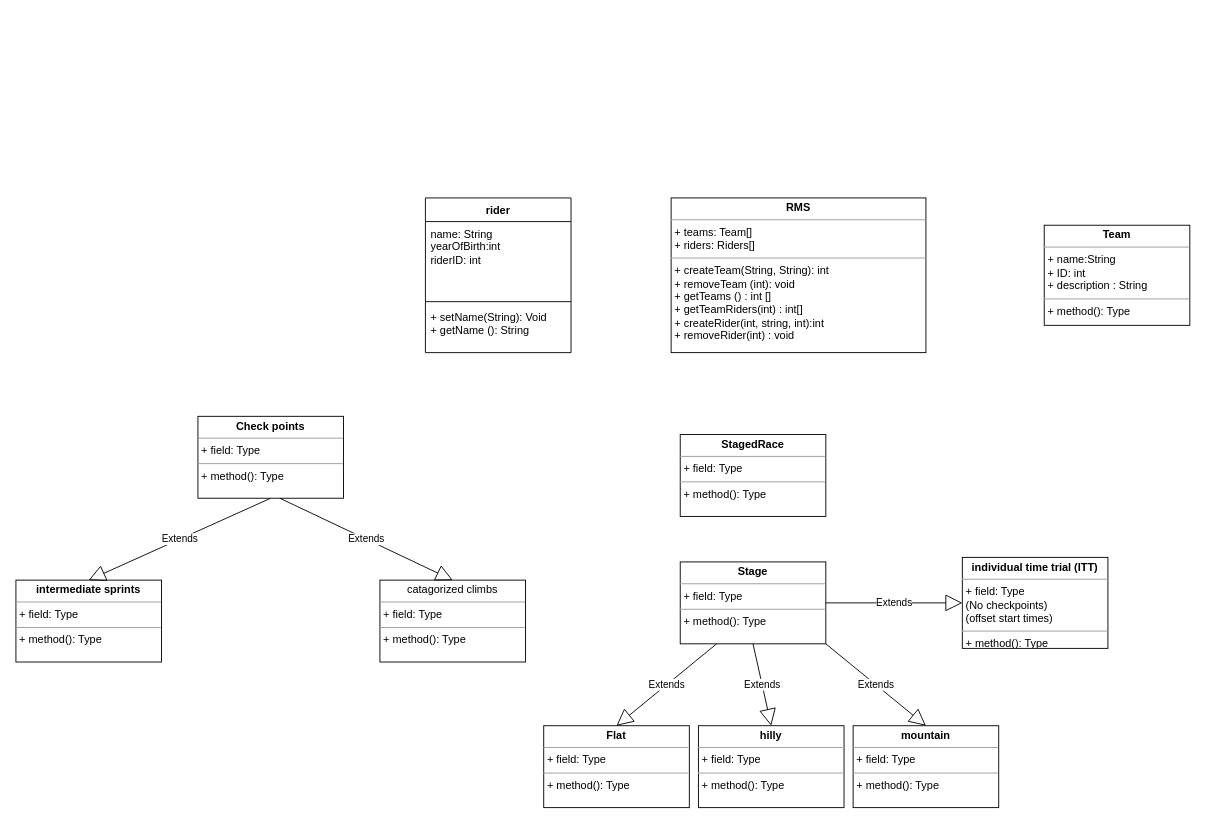
Earlier version of the draw.io diagram cycling class diagram.drawio (lewisFarley403/OOPCoursework). Source tidied: cells renumbered, new cells numbered last; positions are measured from the earlier drawing's top-left corner, leaving out a move shared by most shapes. Both pictures are drawn from the tidied source at 91%, with x=0, y=0 at pixel (15, 197).
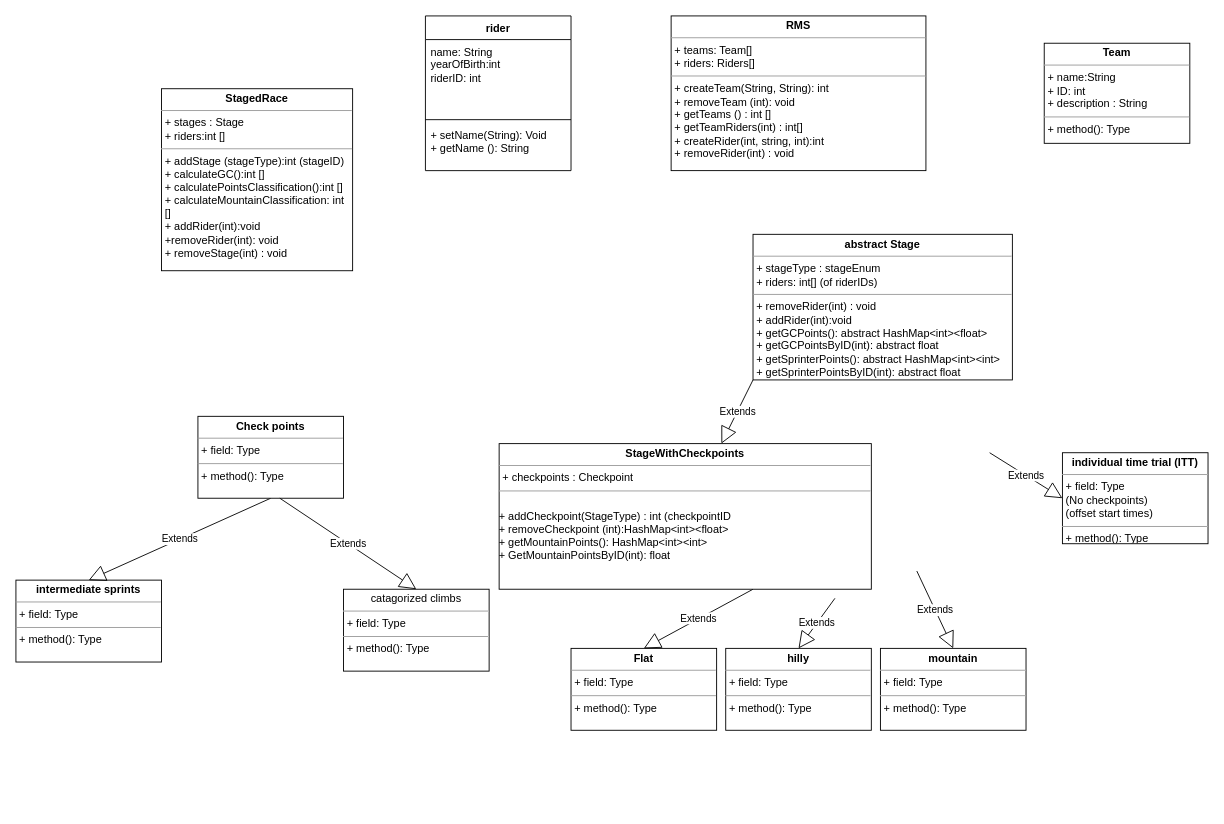
The same diagram, later.

Change to the diagram source:
```diff
@@
     <mxCell id="2" value="rider" style="swimlane;fontStyle=1;align=center;verticalAlign=top;horizontal=1;startSize=26;whiteSpace=wrap;html=1;" parent="1" vertex="1">
-      <mxGeometry x="450" width="160" height="170" as="geometry" />
+      <mxGeometry x="450" y="-200" width="160" height="170" as="geometry" />
     </mxCell>
@@
     <mxCell id="6" value="&lt;p style=&quot;margin:0px;margin-top:4px;text-align:center;&quot;&gt;&lt;b&gt;RMS&lt;/b&gt;&lt;/p&gt;&lt;hr size=&quot;1&quot;&gt;&lt;p style=&quot;margin:0px;margin-left:4px;&quot;&gt;+ teams: Team[]&lt;/p&gt;&lt;p style=&quot;margin:0px;margin-left:4px;&quot;&gt;+ riders: Riders[]&lt;/p&gt;&lt;hr size=&quot;1&quot;&gt;&lt;p style=&quot;margin:0px;margin-left:4px;&quot;&gt;+ createTeam(String, String): int&lt;/p&gt;&lt;p style=&quot;margin:0px;margin-left:4px;&quot;&gt;+ removeTeam (int): void&lt;/p&gt;&lt;p style=&quot;margin:0px;margin-left:4px;&quot;&gt;+ getTeams () : int []&lt;/p&gt;&lt;p style=&quot;margin:0px;margin-left:4px;&quot;&gt;+ getTeamRiders(int) : int[]&lt;/p&gt;&lt;p style=&quot;margin:0px;margin-left:4px;&quot;&gt;+ createRider(int, string, int):int&lt;/p&gt;&lt;p style=&quot;margin:0px;margin-left:4px;&quot;&gt;+ removeRider(int) : void&lt;/p&gt;&lt;p style=&quot;margin:0px;margin-left:4px;&quot;&gt;&lt;br&gt;&lt;/p&gt;" style="verticalAlign=top;align=left;overflow=fill;html=1;whiteSpace=wrap;" parent="1" vertex="1">
-      <mxGeometry x="720" width="280" height="170" as="geometry" />
+      <mxGeometry x="720" y="-200" width="280" height="170" as="geometry" />
     </mxCell>
     <mxCell id="7" value="&lt;p style=&quot;margin:0px;margin-top:4px;text-align:center;&quot;&gt;&lt;b&gt;Team&lt;/b&gt;&lt;/p&gt;&lt;hr size=&quot;1&quot;&gt;&lt;p style=&quot;margin:0px;margin-left:4px;&quot;&gt;+ name:String&lt;/p&gt;&lt;p style=&quot;margin:0px;margin-left:4px;&quot;&gt;+ ID: int&lt;/p&gt;&lt;p style=&quot;margin:0px;margin-left:4px;&quot;&gt;+ description : String&lt;/p&gt;&lt;hr size=&quot;1&quot;&gt;&lt;p style=&quot;margin:0px;margin-left:4px;&quot;&gt;+ method(): Type&lt;/p&gt;" style="verticalAlign=top;align=left;overflow=fill;html=1;whiteSpace=wrap;" parent="1" vertex="1">
-      <mxGeometry x="1130" y="30" width="160" height="110" as="geometry" />
+      <mxGeometry x="1130" y="-170" width="160" height="110" as="geometry" />
     </mxCell>
-    <mxCell id="8" value="&lt;p style=&quot;margin:0px;margin-top:4px;text-align:center;&quot;&gt;&lt;b&gt;StagedRace&lt;/b&gt;&lt;/p&gt;&lt;hr size=&quot;1&quot;&gt;&lt;p style=&quot;margin:0px;margin-left:4px;&quot;&gt;+ field: Type&lt;/p&gt;&lt;hr size=&quot;1&quot;&gt;&lt;p style=&quot;margin:0px;margin-left:4px;&quot;&gt;+ method(): Type&lt;/p&gt;" style="verticalAlign=top;align=left;overflow=fill;html=1;whiteSpace=wrap;" parent="1" vertex="1">
-      <mxGeometry x="730" y="260" width="160" height="90" as="geometry" />
+    <mxCell id="8" value="&lt;p style=&quot;margin:0px;margin-top:4px;text-align:center;&quot;&gt;&lt;b&gt;StagedRace&lt;/b&gt;&lt;/p&gt;&lt;hr size=&quot;1&quot;&gt;&lt;p style=&quot;margin:0px;margin-left:4px;&quot;&gt;+ stages : Stage&lt;/p&gt;&lt;p style=&quot;margin:0px;margin-left:4px;&quot;&gt;+ riders:int []&lt;/p&gt;&lt;hr size=&quot;1&quot;&gt;&lt;p style=&quot;margin:0px;margin-left:4px;&quot;&gt;+ addStage (stageType):int (stageID)&lt;/p&gt;&lt;p style=&quot;margin:0px;margin-left:4px;&quot;&gt;+ calculateGC():int []&lt;/p&gt;&lt;p style=&quot;margin:0px;margin-left:4px;&quot;&gt;+ calculatePointsClassification():int []&lt;/p&gt;&lt;p style=&quot;margin:0px;margin-left:4px;&quot;&gt;+ calculateMountainClassification: int []&lt;/p&gt;&lt;p style=&quot;margin:0px;margin-left:4px;&quot;&gt;+ addRider(int):void&lt;/p&gt;&lt;p style=&quot;margin:0px;margin-left:4px;&quot;&gt;+removeRider(int): void&lt;/p&gt;&lt;p style=&quot;margin:0px;margin-left:4px;&quot;&gt;+ removeStage(int) : void&lt;/p&gt;" style="verticalAlign=top;align=left;overflow=fill;html=1;whiteSpace=wrap;" parent="1" vertex="1">
+      <mxGeometry x="160" y="-120" width="210" height="200" as="geometry" />
     </mxCell>
-    <mxCell id="9" value="&lt;p style=&quot;margin:0px;margin-top:4px;text-align:center;&quot;&gt;&lt;b&gt;Stage&lt;/b&gt;&lt;/p&gt;&lt;hr size=&quot;1&quot;&gt;&lt;p style=&quot;margin:0px;margin-left:4px;&quot;&gt;+ field: Type&lt;/p&gt;&lt;hr size=&quot;1&quot;&gt;&lt;p style=&quot;margin:0px;margin-left:4px;&quot;&gt;+ method(): Type&lt;/p&gt;" style="verticalAlign=top;align=left;overflow=fill;html=1;whiteSpace=wrap;" parent="1" vertex="1">
-      <mxGeometry x="730" y="400" width="160" height="90" as="geometry" />
+    <mxCell id="9" value="&lt;p style=&quot;margin:0px;margin-top:4px;text-align:center;&quot;&gt;&lt;b&gt;abstract Stage&lt;/b&gt;&lt;/p&gt;&lt;hr size=&quot;1&quot;&gt;&lt;p style=&quot;margin:0px;margin-left:4px;&quot;&gt;+ stageType : stageEnum&lt;/p&gt;&lt;p style=&quot;margin:0px;margin-left:4px;&quot;&gt;+ riders: int[] (of riderIDs)&lt;/p&gt;&lt;hr size=&quot;1&quot;&gt;&lt;p style=&quot;margin:0px;margin-left:4px;&quot;&gt;+ removeRider(int) : void&lt;/p&gt;&lt;p style=&quot;margin:0px;margin-left:4px;&quot;&gt;+ addRider(int):void&lt;/p&gt;&lt;p style=&quot;margin:0px;margin-left:4px;&quot;&gt;+ getGCPoints(): abstract HashMap&amp;lt;int&amp;gt;&amp;lt;float&amp;gt;&lt;/p&gt;&lt;p style=&quot;margin:0px;margin-left:4px;&quot;&gt;+ getGCPointsByID(int): abstract float&lt;/p&gt;&lt;p style=&quot;margin:0px;margin-left:4px;&quot;&gt;+ getSprinterPoints(): abstract HashMap&amp;lt;int&amp;gt;&amp;lt;int&amp;gt;&lt;br&gt;&lt;/p&gt;&lt;p style=&quot;margin:0px;margin-left:4px;&quot;&gt;+ getSprinterPointsByID(int): abstract float&lt;br&gt;&lt;/p&gt;&lt;div&gt;&lt;br&gt;&lt;/div&gt;" style="verticalAlign=top;align=left;overflow=fill;html=1;whiteSpace=wrap;" parent="1" vertex="1">
+      <mxGeometry x="810" y="40" width="285" height="160" as="geometry" />
     </mxCell>
     <mxCell id="10" value="&lt;p style=&quot;margin:0px;margin-top:4px;text-align:center;&quot;&gt;&lt;b&gt;Flat&lt;/b&gt;&lt;/p&gt;&lt;hr size=&quot;1&quot;&gt;&lt;p style=&quot;margin:0px;margin-left:4px;&quot;&gt;+ field: Type&lt;/p&gt;&lt;hr size=&quot;1&quot;&gt;&lt;p style=&quot;margin:0px;margin-left:4px;&quot;&gt;+ method(): Type&lt;/p&gt;" style="verticalAlign=top;align=left;overflow=fill;html=1;whiteSpace=wrap;" parent="1" vertex="1">
-      <mxGeometry x="580" y="580" width="160" height="90" as="geometry" />
+      <mxGeometry x="610" y="495" width="160" height="90" as="geometry" />
     </mxCell>
-    <mxCell id="11" value="Extends" style="endArrow=block;endSize=16;endFill=0;html=1;rounded=0;entryX=0.5;entryY=0;entryDx=0;entryDy=0;exitX=0.25;exitY=1;exitDx=0;exitDy=0;" parent="1" edge="1" source="9" target="10">
-      <mxGeometry relative="1" as="geometry" />
+    <mxCell id="11" value="Extends" style="endArrow=block;endSize=16;endFill=0;html=1;rounded=0;entryX=0.5;entryY=0;entryDx=0;entryDy=0;" parent="1" edge="1" target="10">
+      <mxGeometry relative="1" as="geometry">
+        <mxPoint x="810" y="430" as="sourcePoint" />
+      </mxGeometry>
     </mxCell>
-    <mxCell id="12" value="Extends" style="endArrow=block;endSize=16;endFill=0;html=1;rounded=0;exitX=0.5;exitY=1;exitDx=0;exitDy=0;entryX=0.5;entryY=0;entryDx=0;entryDy=0;" parent="1" edge="1" source="9" target="13">
-      <mxGeometry relative="1" as="geometry" />
+    <mxCell id="12" value="Extends" style="endArrow=block;endSize=16;endFill=0;html=1;rounded=0;entryX=0.5;entryY=0;entryDx=0;entryDy=0;" parent="1" edge="1" target="13">
+      <mxGeometry relative="1" as="geometry">
+        <mxPoint x="900" y="440" as="sourcePoint" />
+      </mxGeometry>
     </mxCell>
     <mxCell id="13" value="&lt;p style=&quot;margin:0px;margin-top:4px;text-align:center;&quot;&gt;&lt;b&gt;hilly&lt;/b&gt;&lt;/p&gt;&lt;hr size=&quot;1&quot;&gt;&lt;p style=&quot;margin:0px;margin-left:4px;&quot;&gt;+ field: Type&lt;/p&gt;&lt;hr size=&quot;1&quot;&gt;&lt;p style=&quot;margin:0px;margin-left:4px;&quot;&gt;+ method(): Type&lt;/p&gt;" style="verticalAlign=top;align=left;overflow=fill;html=1;whiteSpace=wrap;" parent="1" vertex="1">
-      <mxGeometry x="750" y="580" width="160" height="90" as="geometry" />
+      <mxGeometry x="780" y="495" width="160" height="90" as="geometry" />
     </mxCell>
     <mxCell id="14" value="&lt;p style=&quot;margin:0px;margin-top:4px;text-align:center;&quot;&gt;&lt;b&gt;mountain&lt;/b&gt;&lt;/p&gt;&lt;hr size=&quot;1&quot;&gt;&lt;p style=&quot;margin:0px;margin-left:4px;&quot;&gt;+ field: Type&lt;/p&gt;&lt;hr size=&quot;1&quot;&gt;&lt;p style=&quot;margin:0px;margin-left:4px;&quot;&gt;+ method(): Type&lt;/p&gt;" style="verticalAlign=top;align=left;overflow=fill;html=1;whiteSpace=wrap;" parent="1" vertex="1">
-      <mxGeometry x="920" y="580" width="160" height="90" as="geometry" />
+      <mxGeometry x="950" y="495" width="160" height="90" as="geometry" />
     </mxCell>
-    <mxCell id="15" value="Extends" style="endArrow=block;endSize=16;endFill=0;html=1;rounded=0;exitX=1;exitY=1;exitDx=0;exitDy=0;entryX=0.5;entryY=0;entryDx=0;entryDy=0;" parent="1" edge="1" source="9" target="14">
-      <mxGeometry relative="1" as="geometry" />
+    <mxCell id="15" value="Extends" style="endArrow=block;endSize=16;endFill=0;html=1;rounded=0;entryX=0.5;entryY=0;entryDx=0;entryDy=0;" parent="1" edge="1" target="14">
+      <mxGeometry relative="1" as="geometry">
+        <mxPoint x="990" y="410" as="sourcePoint" />
+      </mxGeometry>
     </mxCell>
     <mxCell id="16" value="&lt;p style=&quot;margin:0px;margin-top:4px;text-align:center;&quot;&gt;&lt;b&gt;individual time trial (ITT)&lt;/b&gt;&lt;br&gt;&lt;/p&gt;&lt;hr size=&quot;1&quot;&gt;&lt;p style=&quot;margin:0px;margin-left:4px;&quot;&gt;+ field: Type&lt;/p&gt;&lt;p style=&quot;margin:0px;margin-left:4px;&quot;&gt;(No checkpoints)&lt;/p&gt;&lt;p style=&quot;margin:0px;margin-left:4px;&quot;&gt;(offset start times)&lt;/p&gt;&lt;hr size=&quot;1&quot;&gt;&lt;p style=&quot;margin:0px;margin-left:4px;&quot;&gt;+ method(): Type&lt;/p&gt;" style="verticalAlign=top;align=left;overflow=fill;html=1;whiteSpace=wrap;" parent="1" vertex="1">
-      <mxGeometry x="1040" y="395" width="160" height="100" as="geometry" />
+      <mxGeometry x="1150" y="280" width="160" height="100" as="geometry" />
     </mxCell>
-    <mxCell id="17" value="Extends" style="endArrow=block;endSize=16;endFill=0;html=1;rounded=0;exitX=1;exitY=0.5;exitDx=0;exitDy=0;entryX=0;entryY=0.5;entryDx=0;entryDy=0;" parent="1" edge="1" source="9" target="16">
-      <mxGeometry relative="1" as="geometry" />
+    <mxCell id="17" value="Extends" style="endArrow=block;endSize=16;endFill=0;html=1;rounded=0;entryX=0;entryY=0.5;entryDx=0;entryDy=0;" parent="1" edge="1" target="16">
+      <mxGeometry relative="1" as="geometry">
+        <mxPoint x="1070" y="280" as="sourcePoint" />
+      </mxGeometry>
     </mxCell>
@@
     <mxCell id="21" value="&lt;p style=&quot;margin:0px;margin-top:4px;text-align:center;&quot;&gt;catagorized climbs&lt;/p&gt;&lt;hr size=&quot;1&quot;&gt;&lt;p style=&quot;margin:0px;margin-left:4px;&quot;&gt;+ field: Type&lt;/p&gt;&lt;hr size=&quot;1&quot;&gt;&lt;p style=&quot;margin:0px;margin-left:4px;&quot;&gt;+ method(): Type&lt;/p&gt;" style="verticalAlign=top;align=left;overflow=fill;html=1;whiteSpace=wrap;" parent="1" vertex="1">
-      <mxGeometry x="400" y="420" width="160" height="90" as="geometry" />
+      <mxGeometry x="360" y="430" width="160" height="90" as="geometry" />
     </mxCell>
@@
+    <mxCell id="23" value="Extends" style="endArrow=block;endSize=16;endFill=0;html=1;rounded=0;exitX=0;exitY=1;exitDx=0;exitDy=0;" parent="1" edge="1" source="9" target="24">
+      <mxGeometry relative="1" as="geometry" />
+    </mxCell>
+    <mxCell id="24" value="&lt;p style=&quot;margin:0px;margin-top:4px;text-align:center;&quot;&gt;&lt;b&gt;StageWithCheckpoints&lt;/b&gt;&lt;/p&gt;&lt;hr size=&quot;1&quot;&gt;&lt;p style=&quot;margin:0px;margin-left:4px;&quot;&gt;+ checkpoints : Checkpoint&lt;/p&gt;&lt;hr size=&quot;1&quot;&gt;&lt;p style=&quot;margin:0px;margin-left:4px;&quot;&gt;&amp;nbsp;&lt;/p&gt;+ addCheckpoint(StageType) : int (checkpointID&lt;br&gt;+ removeCheckpoint (int):HashMap&amp;lt;int&amp;gt;&amp;lt;float&amp;gt; &lt;br&gt;+ getMountainPoints(): HashMap&amp;lt;int&amp;gt;&amp;lt;int&amp;gt;&lt;br&gt;+ GetMountainPointsByID(int): float&lt;br&gt;&lt;div&gt;&lt;br&gt;&lt;/div&gt;" style="verticalAlign=top;align=left;overflow=fill;html=1;whiteSpace=wrap;" parent="1" vertex="1">
+      <mxGeometry x="531" y="270" width="409" height="160" as="geometry" />
+    </mxCell>
```
